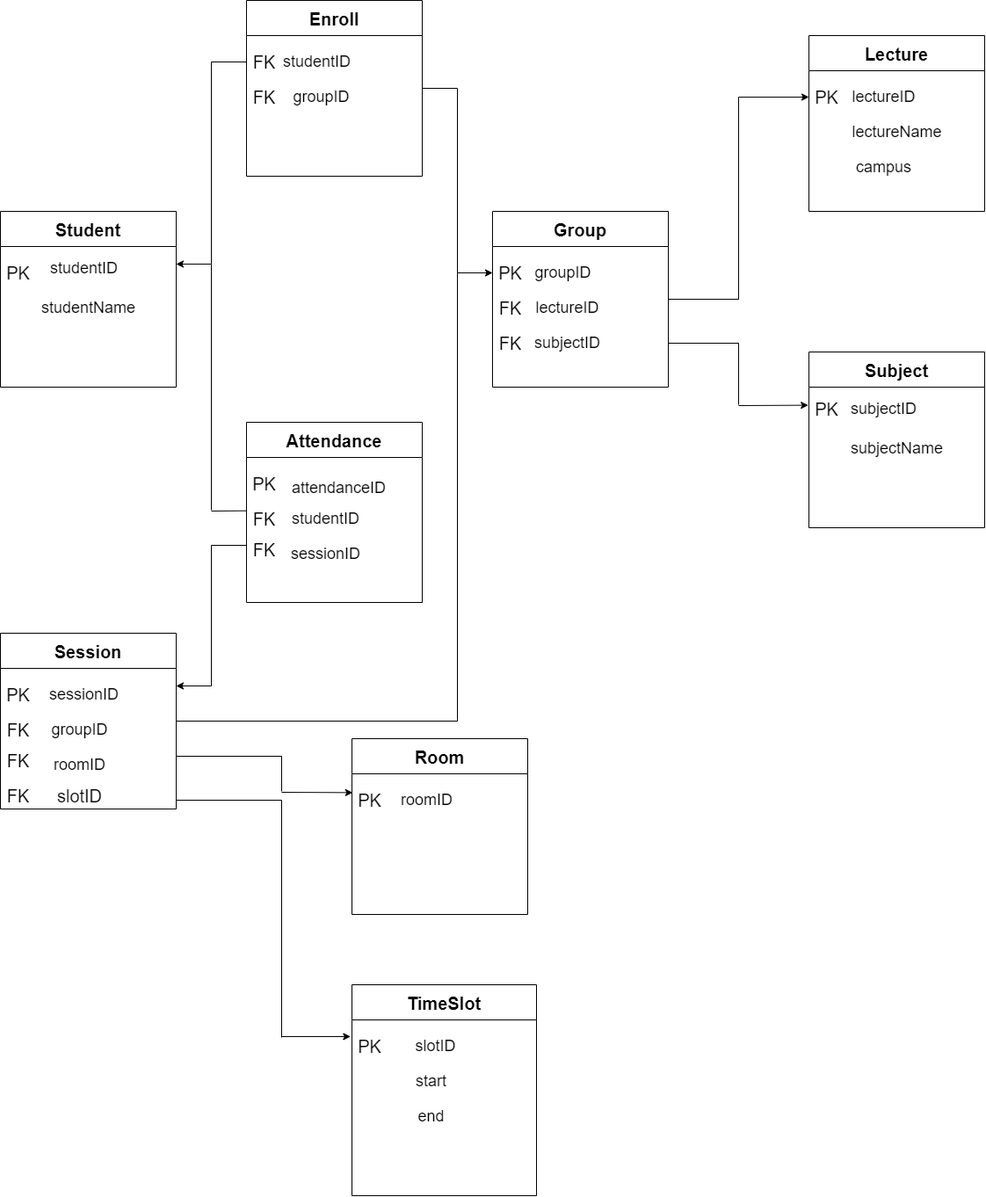
Before: document/DBI.drawio.png, a diagram exported from draw.io (dungdt23/PRJ301_MyAssignment). Source tidied: cells renumbered, new cells last; positions are measured from the earlier drawing's top-left corner, leaving out a move shared by most shapes.
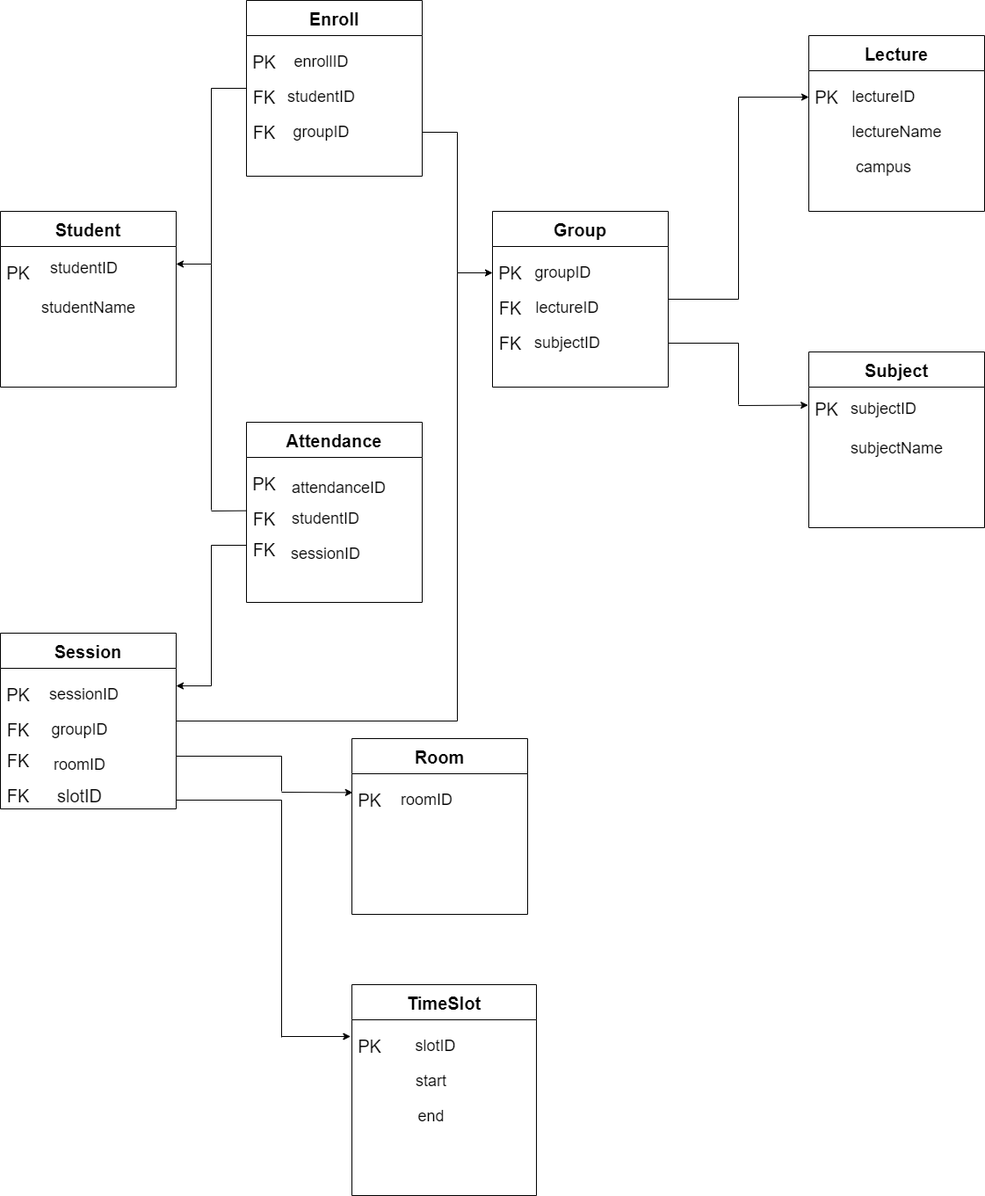
Above is the later version.

The edit, as a diff of the source:
```diff
@@ -39,38 +39,43 @@
       <mxGeometry x="280" width="200" height="200" as="geometry" />
     </mxCell>
     <mxCell id="14" value="&lt;font style=&quot;font-size: 18px;&quot;&gt;studentID&lt;/font&gt;" style="text;html=1;align=center;verticalAlign=middle;strokeColor=none;fillColor=none;" parent="13" vertex="1">
-      <mxGeometry x="35" y="60" width="90" height="20" as="geometry" />
+      <mxGeometry x="40" y="100" width="90" height="20" as="geometry" />
     </mxCell>
     <mxCell id="15" value="&lt;font style=&quot;font-size: 18px;&quot;&gt;groupID&lt;/font&gt;" style="text;html=1;align=center;verticalAlign=middle;strokeColor=none;fillColor=none;" parent="13" vertex="1">
-      <mxGeometry x="45" y="100" width="80" height="20" as="geometry" />
+      <mxGeometry x="45" y="140" width="80" height="20" as="geometry" />
     </mxCell>
     <mxCell id="16" value="FK" style="text;html=1;align=center;verticalAlign=middle;strokeColor=none;fillColor=none;fontSize=20;" parent="13" vertex="1">
-      <mxGeometry y="55" width="40" height="30" as="geometry" />
+      <mxGeometry y="95" width="40" height="30" as="geometry" />
     </mxCell>
     <mxCell id="17" value="FK" style="text;html=1;align=center;verticalAlign=middle;strokeColor=none;fillColor=none;fontSize=20;" parent="13" vertex="1">
-      <mxGeometry y="95" width="40" height="30" as="geometry" />
+      <mxGeometry y="135" width="40" height="30" as="geometry" />
     </mxCell>
+    <mxCell id="78" value="PK" style="text;html=1;align=center;verticalAlign=middle;strokeColor=none;fillColor=none;fontSize=20;" parent="13" vertex="1">
+      <mxGeometry y="55" width="40" height="30" as="geometry" />
+    </mxCell>
+    <mxCell id="79" value="&lt;font style=&quot;font-size: 18px;&quot;&gt;enrollID&lt;/font&gt;" style="text;html=1;align=center;verticalAlign=middle;strokeColor=none;fillColor=none;" parent="13" vertex="1">
+      <mxGeometry x="45" y="60" width="80" height="20" as="geometry" />
+    </mxCell>
     <mxCell id="18" style="endArrow=none;html=1;rounded=0;fontSize=20;" parent="1" edge="1">
       <mxGeometry relative="1" as="geometry">
         <mxPoint x="240" y="300" as="sourcePoint" />
-        <mxPoint x="240" y="70" as="targetPoint" />
+        <mxPoint x="240" y="100" as="targetPoint" />
       </mxGeometry>
     </mxCell>
     <mxCell id="19" style="endArrow=none;html=1;rounded=0;fontSize=20;" parent="1" edge="1">
       <mxGeometry relative="1" as="geometry">
         <mxPoint x="520" y="310" as="sourcePoint" />
-        <mxPoint x="520" y="100" as="targetPoint" />
+        <mxPoint x="520" y="150" as="targetPoint" />
       </mxGeometry>
     </mxCell>
-    <mxCell id="20" style="endArrow=none;html=1;rounded=0;fontSize=20;exitX=1;exitY=0.5;exitDx=0;exitDy=0;" parent="1" edge="1" source="13">
+    <mxCell id="20" style="endArrow=none;html=1;rounded=0;fontSize=20;exitX=1;exitY=0.75;exitDx=0;exitDy=0;" parent="1" edge="1" source="13">
       <mxGeometry relative="1" as="geometry">
-        <mxPoint x="520" y="100" as="targetPoint" />
+        <mxPoint x="520" y="150" as="targetPoint" />
       </mxGeometry>
     </mxCell>
-    <mxCell id="21" style="endArrow=none;html=1;rounded=0;fontSize=20;" parent="1" edge="1">
+    <mxCell id="21" style="endArrow=none;html=1;rounded=0;fontSize=20;exitX=0;exitY=0.5;exitDx=0;exitDy=0;" parent="1" edge="1" source="13">
       <mxGeometry relative="1" as="geometry">
-        <mxPoint x="280" y="70" as="sourcePoint" />
-        <mxPoint x="240" y="70" as="targetPoint" />
+        <mxPoint x="240" y="100" as="targetPoint" />
       </mxGeometry>
     </mxCell>
     <mxCell id="22" style="endArrow=classic;html=1;rounded=0;fontSize=20;" parent="1" edge="1">
```
